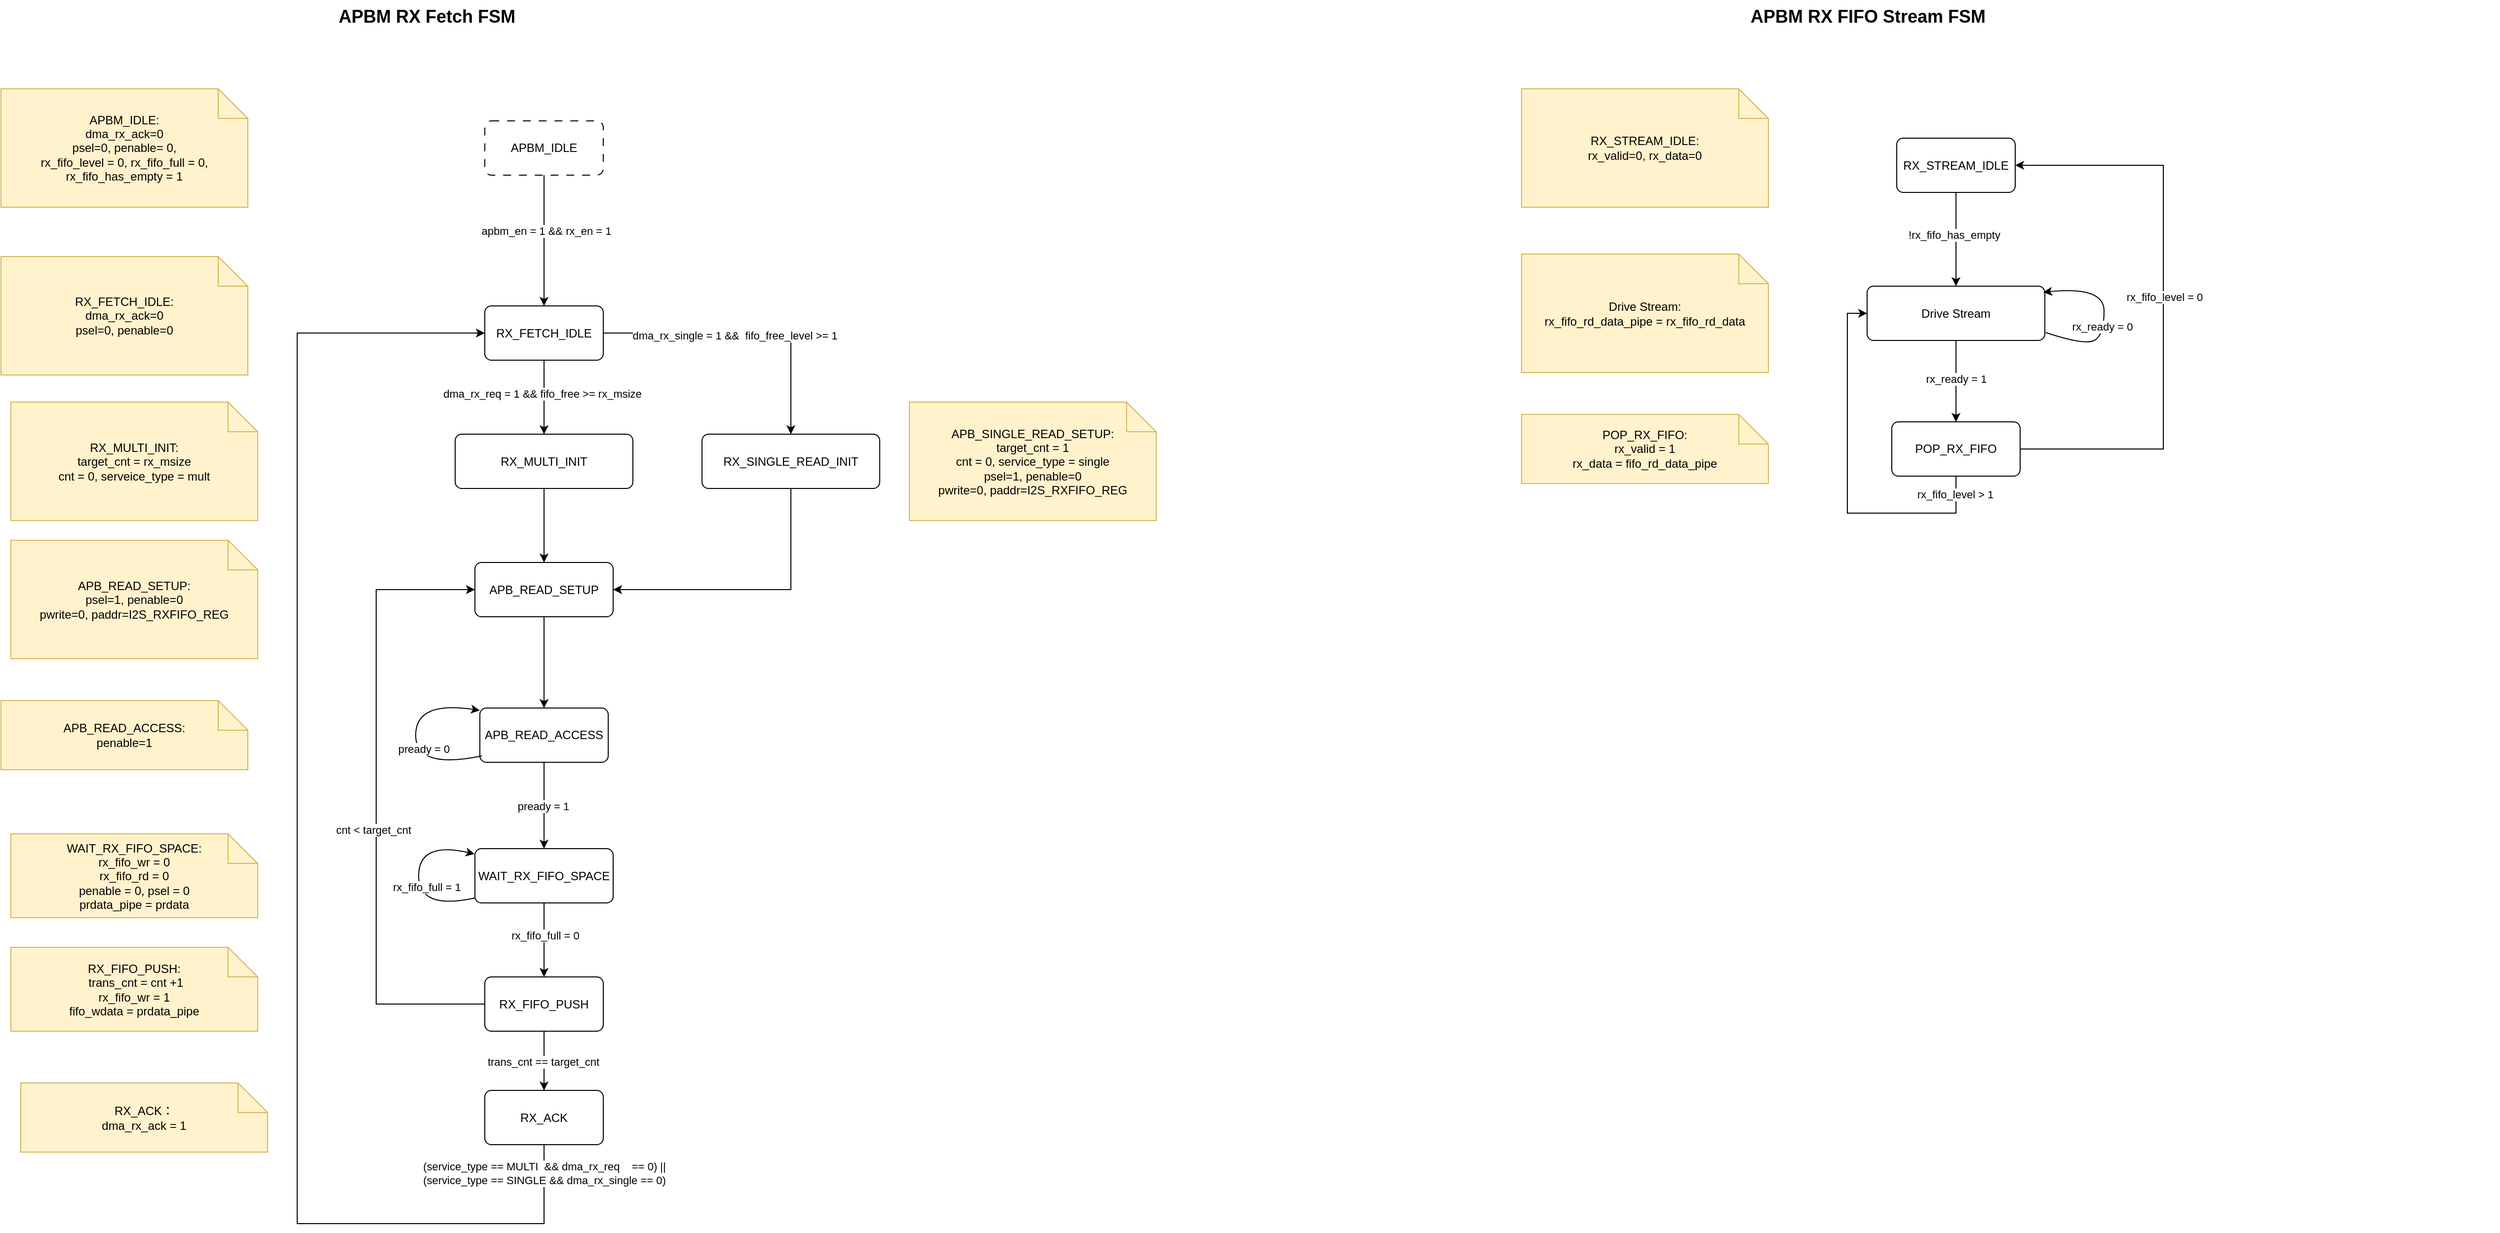
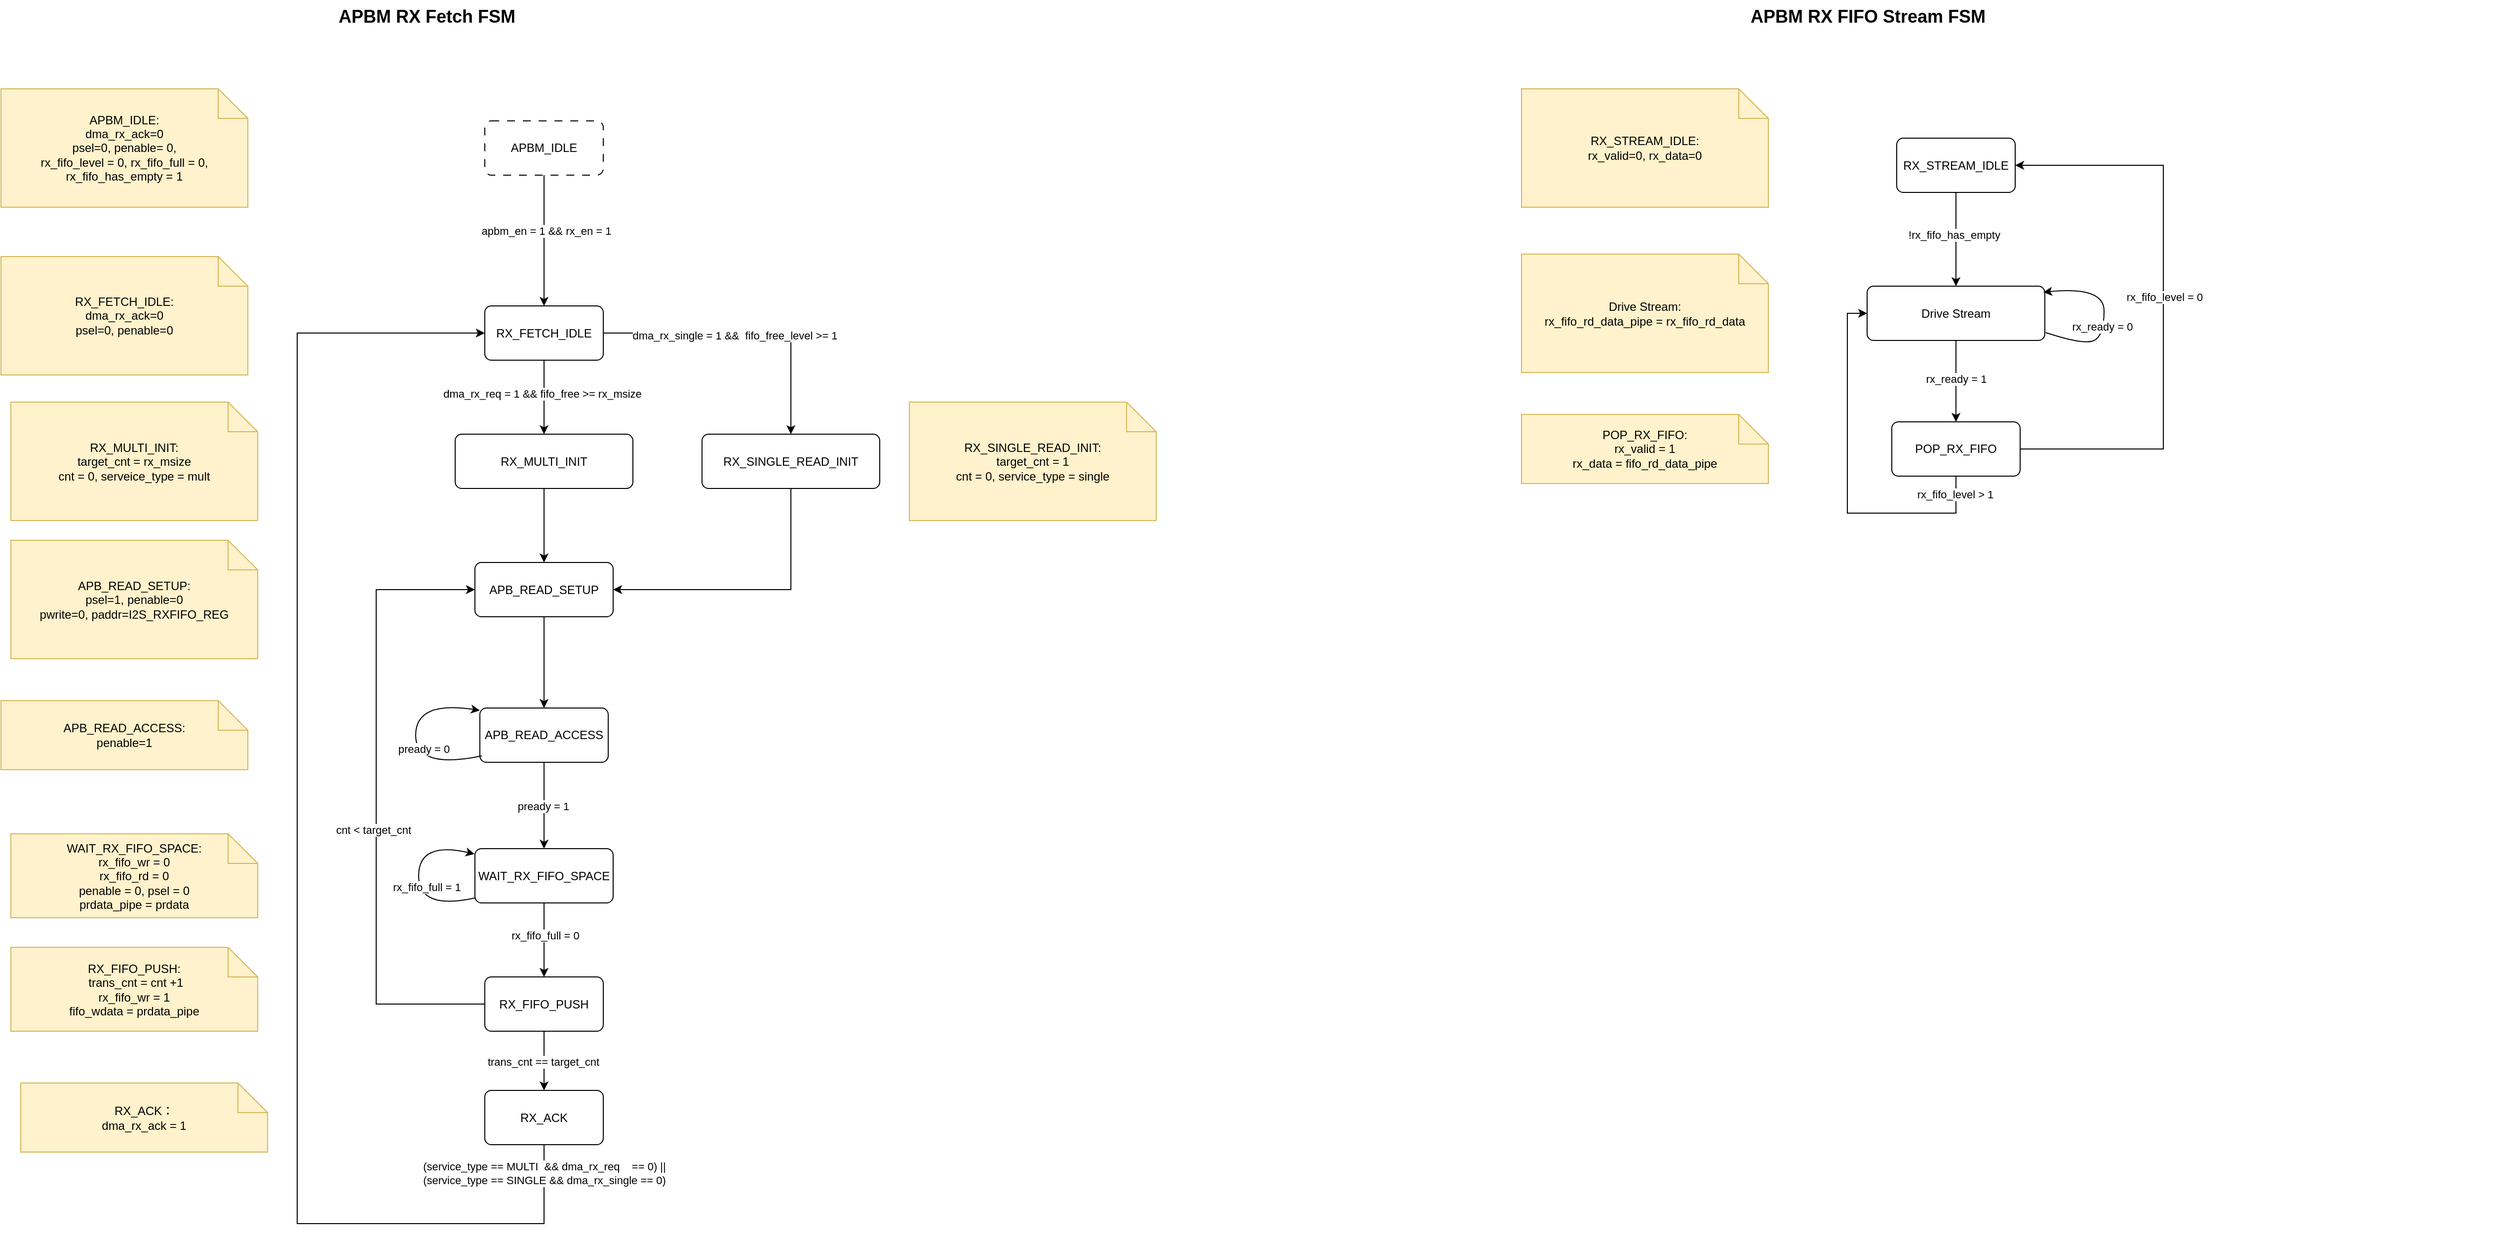
<mxfile host="app.diagrams.net" agent="ChatGPT">
  <diagram id="apbm_rx_fetch_fsm" name="APBM_RX_Fetch_FSM">
    <mxGraphModel dx="2327" dy="380" grid="1" gridSize="10" guides="1" tooltips="1" connect="1" arrows="1" fold="1" page="1" pageScale="1" pageWidth="1654" pageHeight="2339" math="0" shadow="0">
      <root>
        <mxCell id="0" />
        <mxCell id="1" parent="0" />
        <mxCell id="title" parent="1" style="text;html=1;strokeColor=none;fillColor=none;fontSize=18;fontStyle=1;" value="APBM RX Fetch FSM&amp;nbsp;&amp;nbsp;" vertex="1">
          <mxGeometry height="40" width="760" x="120" y="10" as="geometry" />
        </mxCell>
        <mxCell id="idle" parent="1" style="rounded=1;whiteSpace=wrap;html=1;arcSize=12;fillColor=#ffffff;strokeColor=#000000;" value="RX_FETCH_IDLE" vertex="1">
          <mxGeometry height="55" width="120" x="270" y="320" as="geometry" />
        </mxCell>
        <mxCell id="b5V3izeqS-97gPEoPy1i-3" parent="1" style="rounded=1;whiteSpace=wrap;html=1;arcSize=12;fillColor=#ffffff;strokeColor=#000000;" value="APB_READ_SETUP" vertex="1">
          <mxGeometry height="55" width="140" x="260" y="580" as="geometry" />
        </mxCell>
        <mxCell id="b5V3izeqS-97gPEoPy1i-7" edge="1" parent="1" source="idle" style="endArrow=classic;html=1;rounded=0;exitX=0.5;exitY=1;exitDx=0;exitDy=0;entryX=0.5;entryY=0;entryDx=0;entryDy=0;" target="b5V3izeqS-97gPEoPy1i-90" value="">
          <mxGeometry height="50" relative="1" width="50" as="geometry">
            <mxPoint x="350" y="440" as="sourcePoint" />
            <mxPoint x="330" y="450" as="targetPoint" />
          </mxGeometry>
        </mxCell>
        <mxCell id="b5V3izeqS-97gPEoPy1i-8" connectable="0" parent="b5V3izeqS-97gPEoPy1i-7" style="edgeLabel;html=1;align=center;verticalAlign=middle;resizable=0;points=[];" value="dma_rx_req = 1 &amp;amp;&amp;amp; fifo_free &amp;gt;= rx_msize" vertex="1">
          <mxGeometry relative="1" x="-0.0927" y="-2" as="geometry">
            <mxPoint as="offset" />
          </mxGeometry>
        </mxCell>
        <mxCell id="b5V3izeqS-97gPEoPy1i-9" parent="1" style="shape=note;whiteSpace=wrap;html=1;fillColor=#fff2cc;strokeColor=#d6b656;" value="APB_READ_SETUP:&lt;div&gt;psel=1, penable=0&lt;br&gt;pwrite=0, paddr=I2S_RXFIFO_REG&lt;/div&gt;" vertex="1">
          <mxGeometry height="120" width="250" x="-210" y="557.5" as="geometry" />
        </mxCell>
        <mxCell id="b5V3izeqS-97gPEoPy1i-10" parent="1" style="rounded=1;whiteSpace=wrap;html=1;arcSize=12;fillColor=#ffffff;strokeColor=#000000;" value="APB_READ_ACCESS" vertex="1">
          <mxGeometry height="55" width="130" x="265" y="727.5" as="geometry" />
        </mxCell>
        <mxCell id="b5V3izeqS-97gPEoPy1i-11" edge="1" parent="1" source="b5V3izeqS-97gPEoPy1i-3" style="endArrow=classic;html=1;rounded=0;exitX=0.5;exitY=1;exitDx=0;exitDy=0;entryX=0.5;entryY=0;entryDx=0;entryDy=0;" target="b5V3izeqS-97gPEoPy1i-10" value="">
          <mxGeometry height="50" relative="1" width="50" as="geometry">
            <mxPoint x="340" y="710" as="sourcePoint" />
            <mxPoint x="390" y="660" as="targetPoint" />
          </mxGeometry>
        </mxCell>
        <mxCell id="b5V3izeqS-97gPEoPy1i-13" parent="1" style="shape=note;whiteSpace=wrap;html=1;fillColor=#fff2cc;strokeColor=#d6b656;" value="APB_READ_ACCESS:&lt;br&gt;penable=1" vertex="1">
          <mxGeometry height="70" width="250" x="-220" y="720" as="geometry" />
        </mxCell>
        <mxCell id="b5V3izeqS-97gPEoPy1i-14" edge="1" parent="1" source="b5V3izeqS-97gPEoPy1i-10" style="curved=1;endArrow=classic;html=1;rounded=0;exitX=0.015;exitY=0.881;exitDx=0;exitDy=0;entryX=0;entryY=0;entryDx=0;entryDy=0;exitPerimeter=0;" value="">
          <mxGeometry height="50" relative="1" width="50" as="geometry">
            <Array as="points">
              <mxPoint x="200" y="790" />
              <mxPoint x="200" y="720" />
            </Array>
            <mxPoint x="265" y="785" as="sourcePoint" />
            <mxPoint x="265" y="730" as="targetPoint" />
          </mxGeometry>
        </mxCell>
        <mxCell id="b5V3izeqS-97gPEoPy1i-15" connectable="0" parent="b5V3izeqS-97gPEoPy1i-14" style="edgeLabel;html=1;align=center;verticalAlign=middle;resizable=0;points=[];" value="pready = 0" vertex="1">
          <mxGeometry relative="1" x="-0.1215" y="-8" as="geometry">
            <mxPoint as="offset" />
          </mxGeometry>
        </mxCell>
        <mxCell id="b5V3izeqS-97gPEoPy1i-16" parent="1" style="rounded=1;whiteSpace=wrap;html=1;arcSize=12;fillColor=#ffffff;strokeColor=#000000;" value="WAIT_RX_FIFO_SPACE" vertex="1">
          <mxGeometry height="55" width="140" x="260" y="870" as="geometry" />
        </mxCell>
        <mxCell id="b5V3izeqS-97gPEoPy1i-18" edge="1" parent="1" source="b5V3izeqS-97gPEoPy1i-10" style="endArrow=classic;html=1;rounded=0;exitX=0.5;exitY=1;exitDx=0;exitDy=0;entryX=0.5;entryY=0;entryDx=0;entryDy=0;" target="b5V3izeqS-97gPEoPy1i-16" value="">
          <mxGeometry height="50" relative="1" width="50" as="geometry">
            <mxPoint x="320" y="860" as="sourcePoint" />
            <mxPoint x="370" y="810" as="targetPoint" />
          </mxGeometry>
        </mxCell>
        <mxCell id="b5V3izeqS-97gPEoPy1i-19" connectable="0" parent="b5V3izeqS-97gPEoPy1i-18" style="edgeLabel;html=1;align=center;verticalAlign=middle;resizable=0;points=[];" value="pready = 1" vertex="1">
          <mxGeometry relative="1" x="0.0089" y="-1" as="geometry">
            <mxPoint as="offset" />
          </mxGeometry>
        </mxCell>
        <mxCell id="b5V3izeqS-97gPEoPy1i-20" parent="1" style="shape=note;whiteSpace=wrap;html=1;fillColor=#fff2cc;strokeColor=#d6b656;" value="WAIT_RX_FIFO_SPACE:&lt;div&gt;rx_fifo_wr = 0&lt;/div&gt;&lt;div&gt;rx_fifo_rd = 0&lt;br&gt;&lt;/div&gt;&lt;div&gt;penable = 0, psel = 0&lt;/div&gt;&lt;div&gt;prdata_pipe = prdata&lt;/div&gt;" vertex="1">
          <mxGeometry height="85" width="250" x="-210" y="855" as="geometry" />
        </mxCell>
        <mxCell id="b5V3izeqS-97gPEoPy1i-21" parent="1" style="rounded=1;whiteSpace=wrap;html=1;arcSize=12;fillColor=#ffffff;strokeColor=#000000;" value="RX_ACK" vertex="1">
          <mxGeometry height="55" width="120" x="270" y="1115" as="geometry" />
        </mxCell>
        <mxCell id="b5V3izeqS-97gPEoPy1i-26" edge="1" parent="1" source="b5V3izeqS-97gPEoPy1i-75" style="endArrow=classic;html=1;rounded=0;exitX=0.5;exitY=1;exitDx=0;exitDy=0;" value="">
          <mxGeometry height="50" relative="1" width="50" as="geometry">
            <mxPoint x="329.57" y="1040" as="sourcePoint" />
            <mxPoint x="330" y="1115" as="targetPoint" />
          </mxGeometry>
        </mxCell>
        <mxCell id="b5V3izeqS-97gPEoPy1i-27" connectable="0" parent="b5V3izeqS-97gPEoPy1i-26" style="edgeLabel;html=1;align=center;verticalAlign=middle;resizable=0;points=[];" value="trans_cnt == target_cnt" vertex="1">
          <mxGeometry relative="1" x="0.0089" y="-1" as="geometry">
            <mxPoint as="offset" />
          </mxGeometry>
        </mxCell>
        <mxCell id="b5V3izeqS-97gPEoPy1i-28" parent="1" style="shape=note;whiteSpace=wrap;html=1;fillColor=#fff2cc;strokeColor=#d6b656;" value="RX_ACK：&lt;div&gt;dma_rx_ack = 1&lt;/div&gt;" vertex="1">
          <mxGeometry height="70" width="250" x="-200" y="1107.5" as="geometry" />
        </mxCell>
        <mxCell id="b5V3izeqS-97gPEoPy1i-29" parent="1" style="shape=note;whiteSpace=wrap;html=1;fillColor=#fff2cc;strokeColor=#d6b656;" value="RX_FETCH_IDLE:&lt;div&gt;dma_rx_ack=0&lt;/div&gt;&lt;div&gt;psel=0, penable=0&lt;br&gt;&lt;/div&gt;" vertex="1">
          <mxGeometry height="120" width="250" x="-220" y="270" as="geometry" />
        </mxCell>
        <mxCell id="b5V3izeqS-97gPEoPy1i-30" edge="1" parent="1" source="b5V3izeqS-97gPEoPy1i-21" style="endArrow=classic;html=1;rounded=0;exitX=0.5;exitY=1;exitDx=0;exitDy=0;edgeStyle=orthogonalEdgeStyle;entryX=0;entryY=0.5;entryDx=0;entryDy=0;" target="idle" value="">
          <mxGeometry height="50" relative="1" width="50" as="geometry">
            <Array as="points">
              <mxPoint x="330" y="1250" />
              <mxPoint x="80" y="1250" />
              <mxPoint x="80" y="348" />
            </Array>
            <mxPoint x="219.95" y="932.5" as="sourcePoint" />
            <mxPoint x="160" y="345" as="targetPoint" />
          </mxGeometry>
        </mxCell>
        <mxCell id="b5V3izeqS-97gPEoPy1i-74" connectable="0" parent="b5V3izeqS-97gPEoPy1i-30" style="edgeLabel;html=1;align=center;verticalAlign=middle;resizable=0;points=[];" value="&lt;div&gt;(service_type == MULTI&amp;nbsp; &amp;amp;&amp;amp; dma_rx_req&amp;nbsp; &amp;nbsp; == 0) ||&lt;/div&gt;&lt;div&gt;(service_type == SINGLE &amp;amp;&amp;amp; dma_rx_single == 0)&lt;/div&gt;" vertex="1">
          <mxGeometry relative="1" x="-0.9589" as="geometry">
            <mxPoint as="offset" />
          </mxGeometry>
        </mxCell>
        <mxCell id="b5V3izeqS-97gPEoPy1i-31" edge="1" parent="1" source="idle" style="endArrow=classic;html=1;rounded=0;exitX=1;exitY=0.5;exitDx=0;exitDy=0;edgeStyle=orthogonalEdgeStyle;entryX=0.5;entryY=0;entryDx=0;entryDy=0;" target="b5V3izeqS-97gPEoPy1i-34" value="">
          <mxGeometry height="50" relative="1" width="50" as="geometry">
            <mxPoint x="560" y="420" as="sourcePoint" />
            <mxPoint x="570" y="440" as="targetPoint" />
          </mxGeometry>
        </mxCell>
        <mxCell id="b5V3izeqS-97gPEoPy1i-32" connectable="0" parent="b5V3izeqS-97gPEoPy1i-31" style="edgeLabel;html=1;align=center;verticalAlign=middle;resizable=0;points=[];" value="dma_rx_single = 1 &amp;amp;&amp;amp;&amp;nbsp; fifo_free_level &amp;gt;= 1" vertex="1">
          <mxGeometry relative="1" x="-0.0927" y="-2" as="geometry">
            <mxPoint as="offset" />
          </mxGeometry>
        </mxCell>
        <mxCell id="b5V3izeqS-97gPEoPy1i-34" parent="1" style="rounded=1;whiteSpace=wrap;html=1;arcSize=12;fillColor=#ffffff;strokeColor=#000000;" value="RX_SINGLE_READ_INIT" vertex="1">
          <mxGeometry height="55" width="180" x="490" y="450" as="geometry" />
        </mxCell>
-         <mxCell id="b5V3izeqS-97gPEoPy1i-35" parent="1" style="shape=note;whiteSpace=wrap;html=1;fillColor=#fff2cc;strokeColor=#d6b656;" value="APB_SINGLE_READ_SETUP:&lt;div&gt;target_cnt = 1&lt;br&gt;cnt = 0, service_type = single&lt;/div&gt;&lt;div&gt;psel=1, penable=0&lt;br&gt;pwrite=0, paddr=I2S_RXFIFO_REG&lt;/div&gt;" vertex="1">
+         <mxCell id="b5V3izeqS-97gPEoPy1i-35" parent="1" style="shape=note;whiteSpace=wrap;html=1;fillColor=#fff2cc;strokeColor=#d6b656;" value="RX_SINGLE_READ_INIT:&lt;div&gt;target_cnt = 1&lt;br&gt;cnt = 0, service_type = single&lt;/div&gt;" vertex="1">
          <mxGeometry height="120" width="250" x="700" y="417.5" as="geometry" />
        </mxCell>
        <mxCell id="b5V3izeqS-97gPEoPy1i-39" edge="1" parent="1" source="b5V3izeqS-97gPEoPy1i-34" style="endArrow=classic;html=1;rounded=0;exitX=0.5;exitY=1;exitDx=0;exitDy=0;entryX=1;entryY=0.5;entryDx=0;entryDy=0;edgeStyle=orthogonalEdgeStyle;" target="b5V3izeqS-97gPEoPy1i-3" value="">
          <mxGeometry height="50" relative="1" width="50" as="geometry">
            <mxPoint x="540" y="830" as="sourcePoint" />
            <mxPoint x="590" y="780" as="targetPoint" />
          </mxGeometry>
        </mxCell>
        <mxCell id="b5V3izeqS-97gPEoPy1i-40" parent="1" style="text;html=1;strokeColor=none;fillColor=none;fontSize=18;fontStyle=1;" value="APBM RX FIFO Stream FSM&amp;nbsp;&amp;nbsp;" vertex="1">
          <mxGeometry height="40" width="760" x="1550" y="10" as="geometry" />
        </mxCell>
        <mxCell id="b5V3izeqS-97gPEoPy1i-41" parent="1" style="rounded=1;whiteSpace=wrap;html=1;arcSize=12;fillColor=#ffffff;strokeColor=#000000;" value="RX_STREAM_IDLE" vertex="1">
          <mxGeometry height="55" width="120" x="1700" y="150" as="geometry" />
        </mxCell>
        <mxCell id="b5V3izeqS-97gPEoPy1i-42" parent="1" style="rounded=1;whiteSpace=wrap;html=1;arcSize=12;fillColor=#ffffff;strokeColor=#000000;" value="Drive Stream" vertex="1">
          <mxGeometry height="55" width="180" x="1670" y="300" as="geometry" />
        </mxCell>
        <mxCell id="b5V3izeqS-97gPEoPy1i-43" edge="1" parent="1" source="b5V3izeqS-97gPEoPy1i-41" style="endArrow=classic;html=1;rounded=0;exitX=0.5;exitY=1;exitDx=0;exitDy=0;entryX=0.5;entryY=0;entryDx=0;entryDy=0;" target="b5V3izeqS-97gPEoPy1i-42" value="">
          <mxGeometry height="50" relative="1" width="50" as="geometry">
            <mxPoint x="1780" y="270" as="sourcePoint" />
            <mxPoint x="1830" y="220" as="targetPoint" />
          </mxGeometry>
        </mxCell>
        <mxCell id="b5V3izeqS-97gPEoPy1i-44" connectable="0" parent="b5V3izeqS-97gPEoPy1i-43" style="edgeLabel;html=1;align=center;verticalAlign=middle;resizable=0;points=[];" value="!rx_fifo_has_empty" vertex="1">
          <mxGeometry relative="1" x="-0.0927" y="-2" as="geometry">
            <mxPoint as="offset" />
          </mxGeometry>
        </mxCell>
        <mxCell id="b5V3izeqS-97gPEoPy1i-45" parent="1" style="shape=note;whiteSpace=wrap;html=1;fillColor=#fff2cc;strokeColor=#d6b656;" value="Drive Stream:&lt;div&gt;rx_fifo_rd_data_pipe = rx_fifo_rd_data&lt;br&gt;&lt;/div&gt;" vertex="1">
          <mxGeometry height="120" width="250" x="1320" y="267.5" as="geometry" />
        </mxCell>
        <mxCell id="b5V3izeqS-97gPEoPy1i-46" parent="1" style="rounded=1;whiteSpace=wrap;html=1;arcSize=12;fillColor=#ffffff;strokeColor=#000000;" value="POP_RX_FIFO" vertex="1">
          <mxGeometry height="55" width="130" x="1695" y="437.5" as="geometry" />
        </mxCell>
        <mxCell id="b5V3izeqS-97gPEoPy1i-47" edge="1" parent="1" source="b5V3izeqS-97gPEoPy1i-42" style="endArrow=classic;html=1;rounded=0;exitX=0.5;exitY=1;exitDx=0;exitDy=0;entryX=0.5;entryY=0;entryDx=0;entryDy=0;" target="b5V3izeqS-97gPEoPy1i-46" value="">
          <mxGeometry height="50" relative="1" width="50" as="geometry">
            <mxPoint x="1770" y="420" as="sourcePoint" />
            <mxPoint x="1820" y="370" as="targetPoint" />
          </mxGeometry>
        </mxCell>
        <mxCell id="b5V3izeqS-97gPEoPy1i-68" connectable="0" parent="b5V3izeqS-97gPEoPy1i-47" style="edgeLabel;html=1;align=center;verticalAlign=middle;resizable=0;points=[];" value="rx_ready = 1" vertex="1">
          <mxGeometry relative="1" x="-0.0537" as="geometry">
            <mxPoint as="offset" />
          </mxGeometry>
        </mxCell>
        <mxCell id="b5V3izeqS-97gPEoPy1i-48" parent="1" style="shape=note;whiteSpace=wrap;html=1;fillColor=#fff2cc;strokeColor=#d6b656;" value="POP_RX_FIFO:&lt;div&gt;rx_valid = 1&lt;/div&gt;&lt;div&gt;rx_data = fifo_rd_data_pipe&lt;/div&gt;" vertex="1">
          <mxGeometry height="70" width="250" x="1320" y="430" as="geometry" />
        </mxCell>
        <mxCell id="b5V3izeqS-97gPEoPy1i-59" parent="1" style="shape=note;whiteSpace=wrap;html=1;fillColor=#fff2cc;strokeColor=#d6b656;" value="RX_STREAM_IDLE:&lt;div&gt;rx_valid=0, rx_data=0&lt;/div&gt;" vertex="1">
          <mxGeometry height="120" width="250" x="1320" y="100" as="geometry" />
        </mxCell>
        <mxCell id="b5V3izeqS-97gPEoPy1i-69" edge="1" parent="1" source="b5V3izeqS-97gPEoPy1i-46" style="endArrow=classic;html=1;rounded=0;exitX=0.5;exitY=1;exitDx=0;exitDy=0;entryX=0;entryY=0.5;entryDx=0;entryDy=0;edgeStyle=orthogonalEdgeStyle;" target="b5V3izeqS-97gPEoPy1i-42" value="">
          <mxGeometry height="50" relative="1" width="50" as="geometry">
            <Array as="points">
              <mxPoint x="1760" y="530" />
              <mxPoint x="1650" y="530" />
              <mxPoint x="1650" y="328" />
            </Array>
            <mxPoint x="1950" y="430" as="sourcePoint" />
            <mxPoint x="2000" y="380" as="targetPoint" />
          </mxGeometry>
        </mxCell>
        <mxCell id="b5V3izeqS-97gPEoPy1i-71" connectable="0" parent="b5V3izeqS-97gPEoPy1i-69" style="edgeLabel;html=1;align=center;verticalAlign=middle;resizable=0;points=[];" value="rx_fifo_level &amp;gt; 1" vertex="1">
          <mxGeometry relative="1" x="-0.9016" y="-1" as="geometry">
            <mxPoint as="offset" />
          </mxGeometry>
        </mxCell>
        <mxCell id="b5V3izeqS-97gPEoPy1i-72" edge="1" parent="1" source="b5V3izeqS-97gPEoPy1i-46" style="endArrow=classic;html=1;rounded=0;exitX=1;exitY=0.5;exitDx=0;exitDy=0;entryX=1;entryY=0.5;entryDx=0;entryDy=0;edgeStyle=orthogonalEdgeStyle;" target="b5V3izeqS-97gPEoPy1i-41" value="">
          <mxGeometry height="50" relative="1" width="50" as="geometry">
            <Array as="points">
              <mxPoint x="1970" y="465" />
              <mxPoint x="1970" y="178" />
            </Array>
            <mxPoint x="1910" y="460" as="sourcePoint" />
            <mxPoint x="1960" y="410" as="targetPoint" />
          </mxGeometry>
        </mxCell>
        <mxCell id="b5V3izeqS-97gPEoPy1i-73" connectable="0" parent="b5V3izeqS-97gPEoPy1i-72" style="edgeLabel;html=1;align=center;verticalAlign=middle;resizable=0;points=[];" value="rx_fifo_level = 0" vertex="1">
          <mxGeometry relative="1" x="0.0267" y="-1" as="geometry">
            <mxPoint as="offset" />
          </mxGeometry>
        </mxCell>
        <mxCell id="b5V3izeqS-97gPEoPy1i-75" parent="1" style="rounded=1;whiteSpace=wrap;html=1;arcSize=12;fillColor=#ffffff;strokeColor=#000000;" value="RX_FIFO_PUSH" vertex="1">
          <mxGeometry height="55" width="120" x="270" y="1000" as="geometry" />
        </mxCell>
        <mxCell id="b5V3izeqS-97gPEoPy1i-76" edge="1" parent="1" source="b5V3izeqS-97gPEoPy1i-16" style="endArrow=classic;html=1;rounded=0;exitX=0.5;exitY=1;exitDx=0;exitDy=0;entryX=0.5;entryY=0;entryDx=0;entryDy=0;" target="b5V3izeqS-97gPEoPy1i-75" value="">
          <mxGeometry height="50" relative="1" width="50" as="geometry">
            <mxPoint x="400" y="990" as="sourcePoint" />
            <mxPoint x="450" y="940" as="targetPoint" />
          </mxGeometry>
        </mxCell>
        <mxCell id="b5V3izeqS-97gPEoPy1i-77" connectable="0" parent="b5V3izeqS-97gPEoPy1i-76" style="edgeLabel;html=1;align=center;verticalAlign=middle;resizable=0;points=[];" value="rx_fifo_full = 0" vertex="1">
          <mxGeometry relative="1" x="-0.1138" y="1" as="geometry">
            <mxPoint as="offset" />
          </mxGeometry>
        </mxCell>
        <mxCell id="b5V3izeqS-97gPEoPy1i-78" edge="1" parent="1" style="curved=1;endArrow=classic;html=1;rounded=0;entryX=-0.002;entryY=0.099;entryDx=0;entryDy=0;entryPerimeter=0;" target="b5V3izeqS-97gPEoPy1i-16" value="">
          <mxGeometry height="50" relative="1" width="50" as="geometry">
            <Array as="points">
              <mxPoint x="203" y="932.5" />
              <mxPoint x="203" y="862.5" />
            </Array>
            <mxPoint x="260" y="920" as="sourcePoint" />
            <mxPoint x="268" y="872.5" as="targetPoint" />
          </mxGeometry>
        </mxCell>
        <mxCell id="b5V3izeqS-97gPEoPy1i-79" connectable="0" parent="b5V3izeqS-97gPEoPy1i-78" style="edgeLabel;html=1;align=center;verticalAlign=middle;resizable=0;points=[];" value="rx_fifo_full = 1" vertex="1">
          <mxGeometry relative="1" x="-0.1215" y="-8" as="geometry">
            <mxPoint as="offset" />
          </mxGeometry>
        </mxCell>
        <mxCell id="b5V3izeqS-97gPEoPy1i-80" parent="1" style="shape=note;whiteSpace=wrap;html=1;fillColor=#fff2cc;strokeColor=#d6b656;" value="RX_FIFO_PUSH:&lt;div&gt;&amp;nbsp;trans_cnt = cnt +1&lt;br&gt;&lt;/div&gt;&lt;div&gt;rx_fifo_wr = 1&lt;br&gt;fifo_wdata = prdata_pipe&lt;/div&gt;" vertex="1">
          <mxGeometry height="85" width="250" x="-210" y="970" as="geometry" />
        </mxCell>
        <mxCell id="b5V3izeqS-97gPEoPy1i-81" parent="1" style="rounded=1;whiteSpace=wrap;html=1;arcSize=12;fillColor=#ffffff;strokeColor=#000000;dashed=1;dashPattern=8 8;" value="APBM_IDLE" vertex="1">
          <mxGeometry height="55" width="120" x="270" y="132.5" as="geometry" />
        </mxCell>
        <mxCell id="b5V3izeqS-97gPEoPy1i-82" edge="1" parent="1" source="b5V3izeqS-97gPEoPy1i-81" style="endArrow=classic;html=1;rounded=0;exitX=0.5;exitY=1;exitDx=0;exitDy=0;" target="idle" value="">
          <mxGeometry height="50" relative="1" width="50" as="geometry">
            <mxPoint x="370" y="240" as="sourcePoint" />
            <mxPoint x="420" y="190" as="targetPoint" />
          </mxGeometry>
        </mxCell>
        <mxCell id="b5V3izeqS-97gPEoPy1i-83" connectable="0" parent="b5V3izeqS-97gPEoPy1i-82" style="edgeLabel;html=1;align=center;verticalAlign=middle;resizable=0;points=[];" value="apbm_en = 1 &amp;amp;&amp;amp; rx_en = 1" vertex="1">
          <mxGeometry relative="1" x="-0.1446" y="2" as="geometry">
            <mxPoint as="offset" />
          </mxGeometry>
        </mxCell>
        <mxCell id="b5V3izeqS-97gPEoPy1i-84" parent="1" style="shape=note;whiteSpace=wrap;html=1;fillColor=#fff2cc;strokeColor=#d6b656;" value="APBM_IDLE:&lt;div&gt;dma_rx_ack=0&lt;/div&gt;&lt;div&gt;psel=0, penable= 0,&lt;br&gt;&lt;/div&gt;&lt;div&gt;rx_fifo_level = 0, rx_fifo_full = 0, rx_fifo_has_empty = 1&lt;/div&gt;" vertex="1">
          <mxGeometry height="120" width="250" x="-220" y="100" as="geometry" />
        </mxCell>
        <mxCell id="b5V3izeqS-97gPEoPy1i-85" edge="1" parent="1" source="b5V3izeqS-97gPEoPy1i-75" style="endArrow=classic;html=1;rounded=0;exitX=0;exitY=0.5;exitDx=0;exitDy=0;edgeStyle=orthogonalEdgeStyle;entryX=0;entryY=0.5;entryDx=0;entryDy=0;" target="b5V3izeqS-97gPEoPy1i-3" value="">
          <mxGeometry height="50" relative="1" width="50" as="geometry">
            <Array as="points">
              <mxPoint x="160" y="1028" />
              <mxPoint x="160" y="608" />
            </Array>
            <mxPoint x="40" y="1026.88" as="sourcePoint" />
            <mxPoint x="110" y="690" as="targetPoint" />
          </mxGeometry>
        </mxCell>
        <mxCell id="b5V3izeqS-97gPEoPy1i-86" connectable="0" parent="b5V3izeqS-97gPEoPy1i-85" style="edgeLabel;html=1;align=center;verticalAlign=middle;resizable=0;points=[];" value="cnt &amp;lt; target_cnt" vertex="1">
          <mxGeometry relative="1" x="-0.0902" y="3" as="geometry">
            <mxPoint as="offset" />
          </mxGeometry>
        </mxCell>
        <mxCell id="b5V3izeqS-97gPEoPy1i-87" edge="1" parent="1" source="b5V3izeqS-97gPEoPy1i-42" style="curved=1;endArrow=classic;html=1;rounded=0;entryX=0.991;entryY=0.112;entryDx=0;entryDy=0;exitX=1.005;exitY=0.854;exitDx=0;exitDy=0;exitPerimeter=0;entryPerimeter=0;" target="b5V3izeqS-97gPEoPy1i-42" value="">
          <mxGeometry height="50" relative="1" width="50" as="geometry">
            <Array as="points">
              <mxPoint x="1890" y="360" />
              <mxPoint x="1910" y="350" />
              <mxPoint x="1910" y="300" />
            </Array>
            <mxPoint x="1860" y="420" as="sourcePoint" />
            <mxPoint x="1910" y="370" as="targetPoint" />
          </mxGeometry>
        </mxCell>
        <mxCell id="b5V3izeqS-97gPEoPy1i-88" connectable="0" parent="b5V3izeqS-97gPEoPy1i-87" style="edgeLabel;html=1;align=center;verticalAlign=middle;resizable=0;points=[];" value="rx_ready = 0" vertex="1">
          <mxGeometry relative="1" x="-0.1698" y="2" as="geometry">
            <mxPoint as="offset" />
          </mxGeometry>
        </mxCell>
        <mxCell id="b5V3izeqS-97gPEoPy1i-90" parent="1" style="rounded=1;whiteSpace=wrap;html=1;arcSize=12;fillColor=#ffffff;strokeColor=#000000;" value="RX_MULTI_INIT" vertex="1">
          <mxGeometry height="55" width="180" x="240" y="450" as="geometry" />
        </mxCell>
        <mxCell id="b5V3izeqS-97gPEoPy1i-91" edge="1" parent="1" source="b5V3izeqS-97gPEoPy1i-90" style="endArrow=classic;html=1;rounded=0;exitX=0.5;exitY=1;exitDx=0;exitDy=0;entryX=0.5;entryY=0;entryDx=0;entryDy=0;" target="b5V3izeqS-97gPEoPy1i-3" value="">
          <mxGeometry height="50" relative="1" width="50" as="geometry">
            <mxPoint x="320" y="520" as="sourcePoint" />
            <mxPoint x="320" y="585" as="targetPoint" />
          </mxGeometry>
        </mxCell>
        <mxCell id="b5V3izeqS-97gPEoPy1i-92" parent="1" style="shape=note;whiteSpace=wrap;html=1;fillColor=#fff2cc;strokeColor=#d6b656;" value="RX_MULTI_INIT:&lt;div&gt;target_cnt = rx_msize&lt;br&gt;cnt = 0, serveice_type = mult&lt;/div&gt;" vertex="1">
          <mxGeometry height="120" width="250" x="-210" y="417.5" as="geometry" />
        </mxCell>
      </root>
    </mxGraphModel>
  </diagram>
</mxfile>
